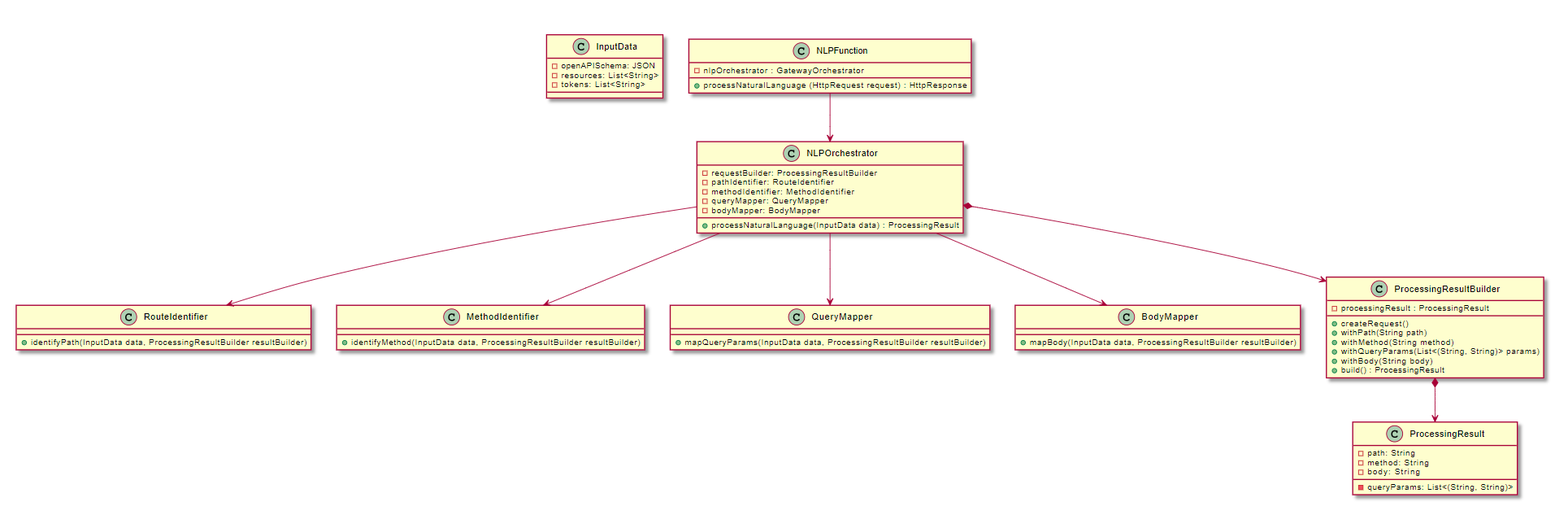
This is diagrams/uml-nlp.png from Roxanica123/WADe-RAT, a PlantUML export, as it was before one commit. Its source is kept beside it as diagrams/uml-nlp.puml.
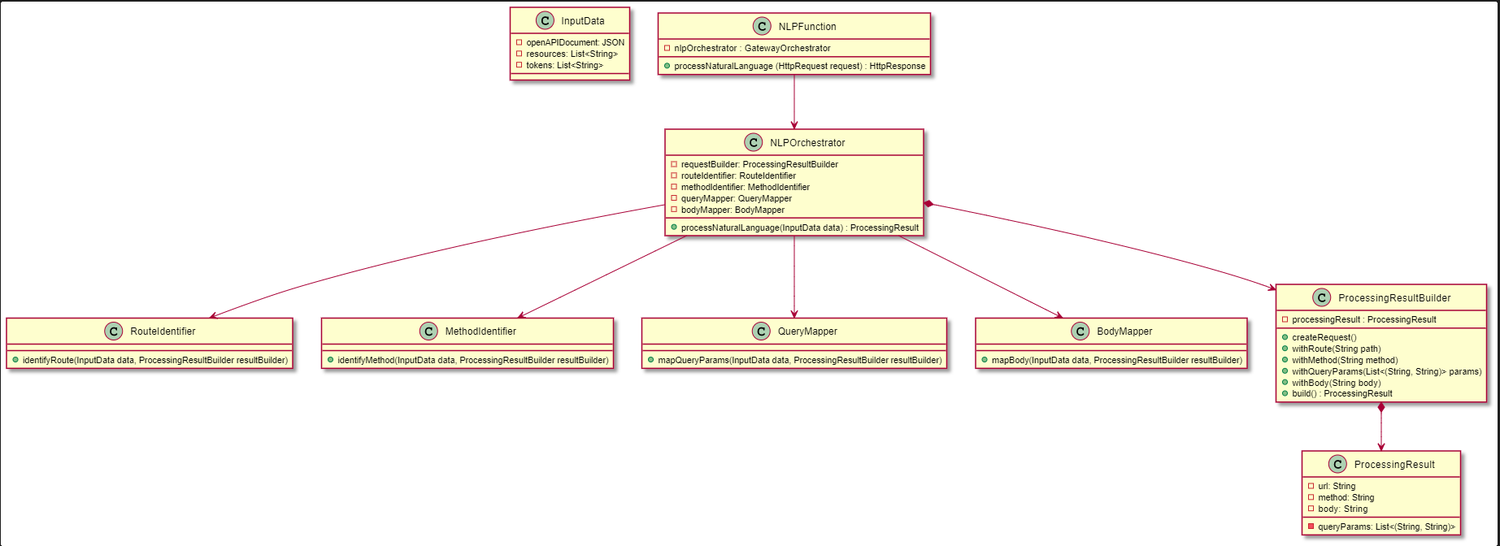
The same diagram one commit later.

Change to the diagram source:
```diff
@@ -1,20 +1,20 @@
 @startuml API NLP
 
 class InputData{
-    -openAPISchema: JSON
+    -openAPIDocument: JSON
     -resources: List<String>
     -tokens: List<String>
 }
 
 class ProcessingResult{
-    -path: String
+    -url: String
     -method: String
     -queryParams: List<(String, String)>
     -body:  String
 }
 
 class RouteIdentifier{
-    +identifyPath(InputData data, ProcessingResultBuilder resultBuilder)
+    +identifyRoute(InputData data, ProcessingResultBuilder resultBuilder)
 }
 
 class MethodIdentifier{
@@ -33,7 +33,7 @@
 class ProcessingResultBuilder {
     - processingResult : ProcessingResult
     + createRequest()
-    + withPath(String path)
+    + withRoute(String path)
     + withMethod(String method)
     + withQueryParams(List<(String, String)> params)
     + withBody(String body)
@@ -42,7 +42,7 @@
 
 class NLPOrchestrator {
     -requestBuilder: ProcessingResultBuilder
-    -pathIdentifier: RouteIdentifier
+    -routeIdentifier: RouteIdentifier
     -methodIdentifier: MethodIdentifier
     -queryMapper: QueryMapper
     -bodyMapper: BodyMapper
```
